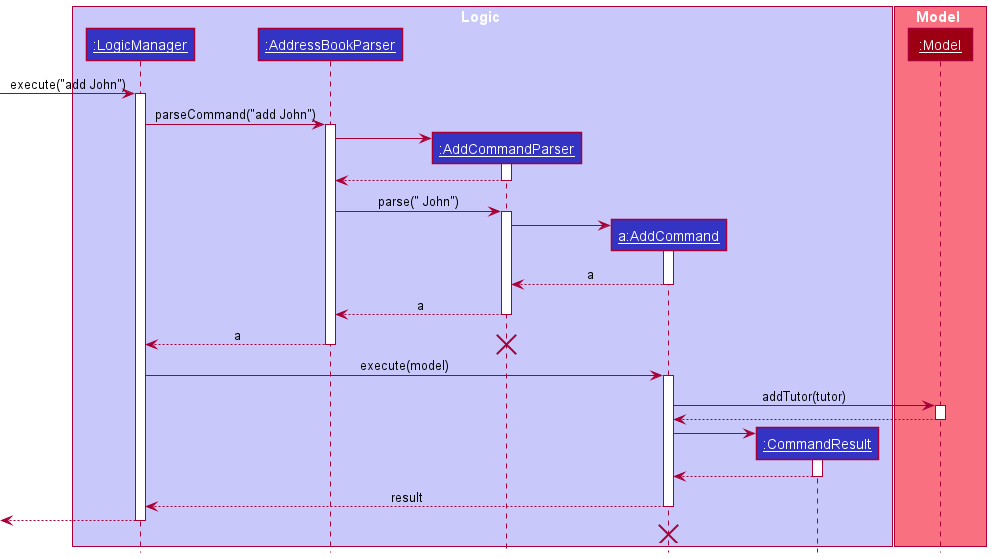
This is docs/images/AddCommandSequenceDiagram.png from tenebrius1/tp, a PlantUML export, as it was before one commit.
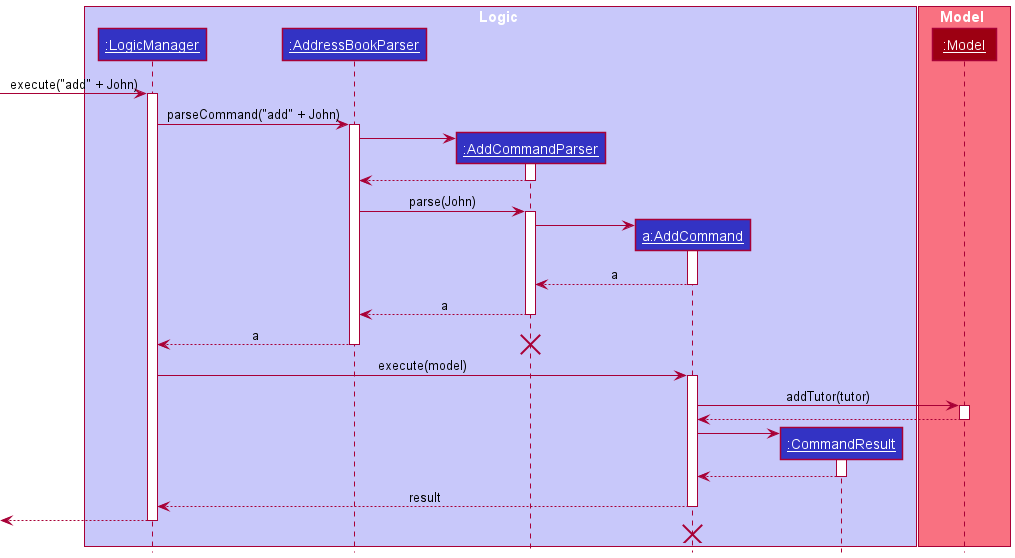
After the commit.

The edit, as a diff of the source:
```diff
@@ -13,9 +13,9 @@
 participant "__:Model__" as Model MODEL_COLOR
 end box
 
-[-> LogicManager : execute("add John")
+[-> LogicManager : execute("add" + John)
 activate LogicManager
-LogicManager -> AddressBookParser : parseCommand("add John")
+LogicManager -> AddressBookParser : parseCommand("add" + John)
 activate AddressBookParser
 
 create AddCommandParser
@@ -25,7 +25,7 @@
 AddressBookParser <-- AddCommandParser
 deactivate AddCommandParser
 
-AddressBookParser -> AddCommandParser : parse(" John")
+AddressBookParser -> AddCommandParser : parse(John)
 activate AddCommandParser
 
 create AddCommand
```
